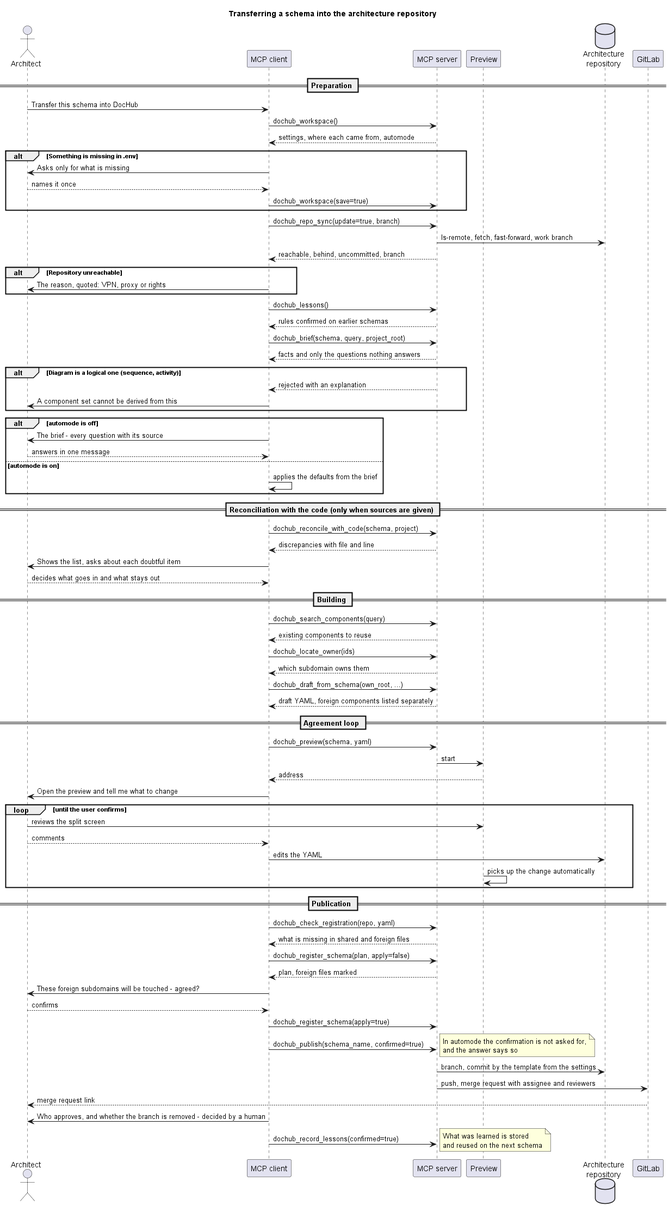
Above: docs/diagrams/flow.png in john7ross/dochub-architect-tool (PlantUML), before the change. Source of this version:
```plantuml
@startuml flow
title Transferring a schema into the architecture repository

skinparam responseMessageBelowArrow true

actor Architect as user
participant "MCP client" as agent
participant "MCP server" as mcp
participant "Preview" as preview
database "Architecture\nrepository" as repo
participant GitLab as gitlab

== Preparation ==

user -> agent: Transfer this schema into DocHub
agent -> mcp: dochub_workspace()
mcp --> agent: settings, where each came from, automode

alt Something is missing in .env
  agent -> user: Asks only for what is missing
  user --> agent: names it once
  agent -> mcp: dochub_workspace(save=true)
end

agent -> mcp: dochub_repo_sync(update=true, branch)
mcp -> repo: ls-remote, fetch, fast-forward, work branch
mcp --> agent: reachable, behind, uncommitted, branch

alt Repository unreachable
  agent -> user: The reason, quoted: VPN, proxy or rights
end

agent -> mcp: dochub_lessons()
mcp --> agent: rules confirmed on earlier schemas
agent -> mcp: dochub_brief(schema, query, project_root)
mcp --> agent: facts and only the questions nothing answers

alt Diagram is a logical one (sequence, activity)
  mcp --> agent: rejected with an explanation
  agent -> user: A component set cannot be derived from this
end

alt automode is off
  agent -> user: The brief - every question with its source
  user --> agent: answers in one message
else automode is on
  agent -> agent: applies the defaults from the brief
end

== Reconciliation with the code (only when sources are given) ==

agent -> mcp: dochub_reconcile_with_code(schema, project)
mcp --> agent: discrepancies with file and line
agent -> user: Shows the list, asks about each doubtful item
user --> agent: decides what goes in and what stays out

== Building ==

agent -> mcp: dochub_search_components(query)
mcp --> agent: existing components to reuse
agent -> mcp: dochub_locate_owner(ids)
mcp --> agent: which subdomain owns them
agent -> mcp: dochub_draft_from_schema(own_root, ...)
mcp --> agent: draft YAML, foreign components listed separately

== Agreement loop ==

agent -> mcp: dochub_preview(schema, yaml)
mcp -> preview: start
preview --> agent: address
agent -> user: Open the preview and tell me what to change

loop until the user confirms
  user -> preview: reviews the split screen
  user --> agent: comments
  agent -> repo: edits the YAML
  preview -> preview: picks up the change automatically
end

== Publication ==

agent -> mcp: dochub_check_registration(repo, yaml)
mcp --> agent: what is missing in shared and foreign files
agent -> mcp: dochub_register_schema(plan, apply=false)
mcp --> agent: plan, foreign files marked
agent -> user: These foreign subdomains will be touched - agreed?
user --> agent: confirms
agent -> mcp: dochub_register_schema(apply=true)
agent -> mcp: dochub_publish(schema_name, confirmed=true)
note right: In automode the confirmation is not asked for,\nand the answer says so
mcp -> repo: branch, commit by the template from the settings
mcp -> gitlab: push, merge request with assignee and reviewers
gitlab --> user: merge request link
agent -> user: Who approves, and whether the branch is removed - decided by a human

agent -> mcp: dochub_record_lessons(confirmed=true)
note right: What was learned is stored\nand reused on the next schema

@enduml
```
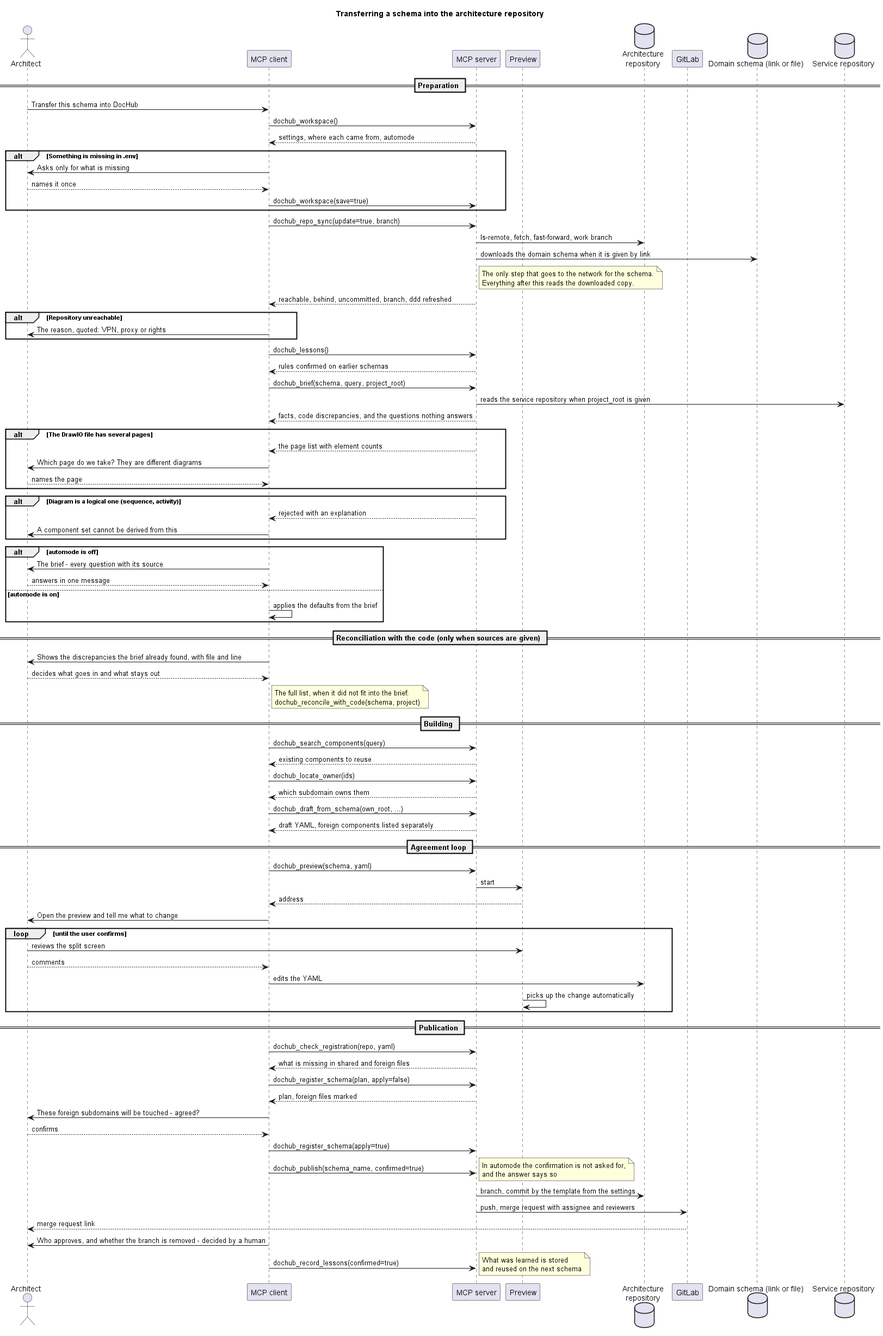
After the change.

What changed in the source:
```diff
@@ -9,6 +9,8 @@
 participant "Preview" as preview
 database "Architecture\nrepository" as repo
 participant GitLab as gitlab
+database "Domain schema (link or file)" as ddd
+database "Service repository" as code
 
 == Preparation ==
 
@@ -24,7 +26,12 @@
 
 agent -> mcp: dochub_repo_sync(update=true, branch)
 mcp -> repo: ls-remote, fetch, fast-forward, work branch
-mcp --> agent: reachable, behind, uncommitted, branch
+mcp -> ddd: downloads the domain schema when it is given by link
+note right of mcp
+  The only step that goes to the network for the schema.
+  Everything after this reads the downloaded copy.
+end note
+mcp --> agent: reachable, behind, uncommitted, branch, ddd refreshed
 
 alt Repository unreachable
   agent -> user: The reason, quoted: VPN, proxy or rights
@@ -33,7 +40,14 @@
 agent -> mcp: dochub_lessons()
 mcp --> agent: rules confirmed on earlier schemas
 agent -> mcp: dochub_brief(schema, query, project_root)
-mcp --> agent: facts and only the questions nothing answers
+mcp -> code: reads the service repository when project_root is given
+mcp --> agent: facts, code discrepancies, and the questions nothing answers
+
+alt The DrawIO file has several pages
+  mcp --> agent: the page list with element counts
+  agent -> user: Which page do we take? They are different diagrams
+  user --> agent: names the page
+end
 
 alt Diagram is a logical one (sequence, activity)
   mcp --> agent: rejected with an explanation
@@ -49,10 +63,12 @@
 
 == Reconciliation with the code (only when sources are given) ==
 
-agent -> mcp: dochub_reconcile_with_code(schema, project)
-mcp --> agent: discrepancies with file and line
-agent -> user: Shows the list, asks about each doubtful item
+agent -> user: Shows the discrepancies the brief already found, with file and line
 user --> agent: decides what goes in and what stays out
+note right of agent
+  The full list, when it did not fit into the brief:
+  dochub_reconcile_with_code(schema, project)
+end note
 
 == Building ==
 
```
